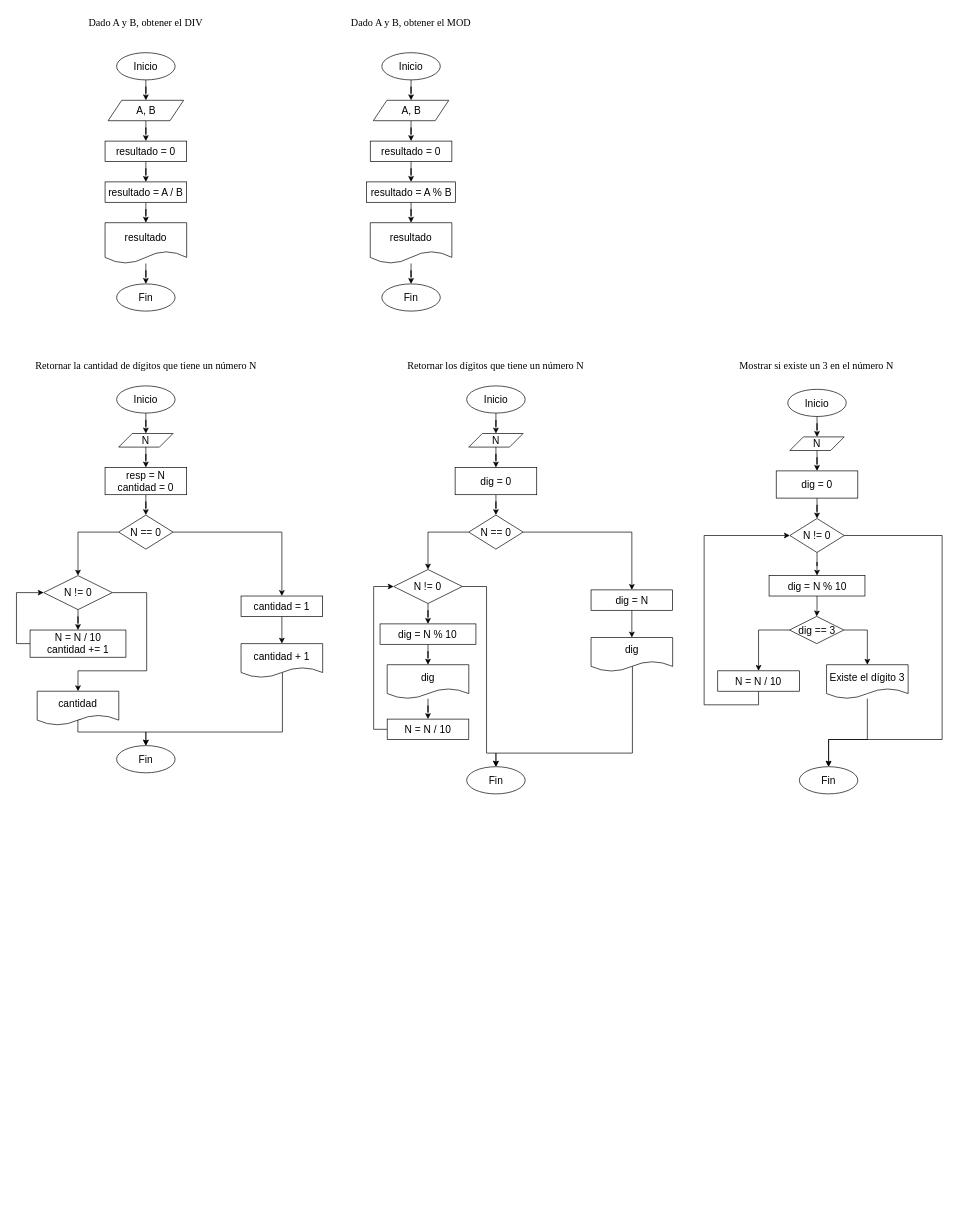
Before: DF CODE/DF-1.drawio in IgnacioCamIMT/P1G1, a draw.io diagram. Source tidied: cells renumbered, new cells numbered last; positions are measured from the earlier drawing's top-left corner, leaving out a move shared by most shapes. Both pictures are drawn from the tidied source at 68%, with x=0, y=0 at pixel (30, 12).
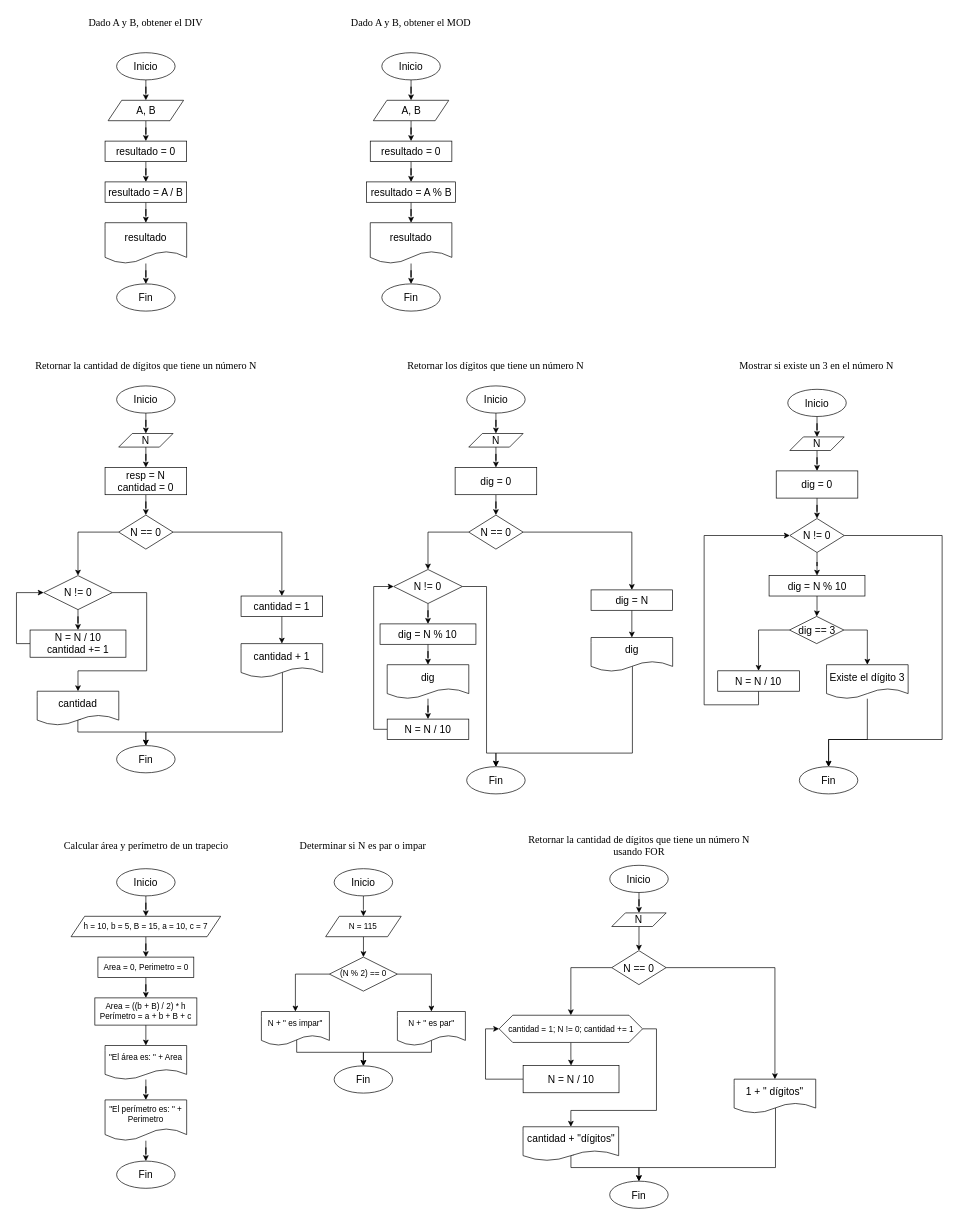
The same page after the edit.

The edit, as a diff of the source:
```diff
@@
+    <mxCell id="92" value="&lt;font face=&quot;Garamond&quot; style=&quot;font-size: 15px;&quot;&gt;Calcular área y perímetro de un trapecio&lt;/font&gt;" style="text;html=1;strokeColor=none;fillColor=none;align=center;verticalAlign=middle;whiteSpace=wrap;rounded=0;" parent="1" vertex="1">
+      <mxGeometry x="4.5" y="1210" width="331" height="30" as="geometry" />
+    </mxCell>
+    <mxCell id="93" style="edgeStyle=orthogonalEdgeStyle;rounded=0;jettySize=auto;html=1;entryX=0.5;entryY=0;entryDx=0;entryDy=0;" parent="1" edge="1" source="94" target="98">
+      <mxGeometry relative="1" as="geometry" />
+    </mxCell>
+    <mxCell id="94" value="&lt;font face=&quot;Helvetica&quot;&gt;Inicio&lt;/font&gt;" style="ellipse;whiteSpace=wrap;html=1;fontFamily=Garamond;fontSize=15;" parent="1" vertex="1">
+      <mxGeometry x="127" y="1260" width="86" height="40" as="geometry" />
+    </mxCell>
+    <mxCell id="95" style="edgeStyle=orthogonalEdgeStyle;rounded=0;jettySize=auto;html=1;entryX=0.5;entryY=0;entryDx=0;entryDy=0;" parent="1" edge="1" source="96" target="100">
+      <mxGeometry relative="1" as="geometry" />
+    </mxCell>
+    <mxCell id="96" value="Area = 0, Perimetro = 0" style="rounded=0;whiteSpace=wrap;html=1;" parent="1" vertex="1">
+      <mxGeometry x="99.5" y="1390" width="141" height="30" as="geometry" />
+    </mxCell>
+    <mxCell id="97" style="edgeStyle=orthogonalEdgeStyle;rounded=0;jettySize=auto;html=1;entryX=0.5;entryY=0;entryDx=0;entryDy=0;" parent="1" edge="1" source="98" target="96">
+      <mxGeometry relative="1" as="geometry" />
+    </mxCell>
+    <mxCell id="98" value="h = 10, b = 5, B = 15, a = 10, c = 7" style="shape=parallelogram;perimeter=parallelogramPerimeter;whiteSpace=wrap;html=1;fixedSize=1;" parent="1" vertex="1">
+      <mxGeometry x="60" y="1330" width="220" height="30" as="geometry" />
+    </mxCell>
+    <mxCell id="99" style="edgeStyle=orthogonalEdgeStyle;rounded=0;jettySize=auto;html=1;exitX=0.5;exitY=1;exitDx=0;exitDy=0;entryX=0.5;entryY=0;entryDx=0;entryDy=0;" parent="1" edge="1" source="100" target="102">
+      <mxGeometry relative="1" as="geometry" />
+    </mxCell>
+    <mxCell id="100" value="Area = ((b + B) / 2) * h&lt;br&gt;Perímetro = a + b + B + c" style="rounded=0;whiteSpace=wrap;html=1;" parent="1" vertex="1">
+      <mxGeometry x="95" y="1450" width="150" height="40" as="geometry" />
+    </mxCell>
+    <mxCell id="101" style="edgeStyle=orthogonalEdgeStyle;rounded=0;jettySize=auto;html=1;entryX=0.5;entryY=0;entryDx=0;entryDy=0;" parent="1" edge="1" source="102" target="104">
+      <mxGeometry relative="1" as="geometry" />
+    </mxCell>
+    <mxCell id="102" value="&quot;El área es: &quot; + Area" style="shape=document;whiteSpace=wrap;html=1;boundedLbl=1;" parent="1" vertex="1">
+      <mxGeometry x="110" y="1520" width="120" height="50" as="geometry" />
+    </mxCell>
+    <mxCell id="103" style="edgeStyle=orthogonalEdgeStyle;rounded=0;jettySize=auto;html=1;entryX=0.5;entryY=0;entryDx=0;entryDy=0;" parent="1" edge="1" source="104" target="105">
+      <mxGeometry relative="1" as="geometry" />
+    </mxCell>
+    <mxCell id="104" value="&quot;El perímetro es: &quot; + Perimetro" style="shape=document;whiteSpace=wrap;html=1;boundedLbl=1;" parent="1" vertex="1">
+      <mxGeometry x="110" y="1600" width="120" height="60" as="geometry" />
+    </mxCell>
+    <mxCell id="105" value="&lt;font face=&quot;Helvetica&quot;&gt;Fin&lt;/font&gt;" style="ellipse;whiteSpace=wrap;html=1;fontFamily=Garamond;fontSize=15;" parent="1" vertex="1">
+      <mxGeometry x="127" y="1690" width="86" height="40" as="geometry" />
+    </mxCell>
+    <mxCell id="106" value="&lt;font face=&quot;Garamond&quot; style=&quot;font-size: 15px;&quot;&gt;Determinar si N es par o impar&lt;/font&gt;" style="text;html=1;strokeColor=none;fillColor=none;align=center;verticalAlign=middle;whiteSpace=wrap;rounded=0;" parent="1" vertex="1">
+      <mxGeometry x="324.4" y="1210" width="331" height="30" as="geometry" />
+    </mxCell>
+    <mxCell id="107" style="edgeStyle=orthogonalEdgeStyle;rounded=0;jettySize=auto;html=1;entryX=0.5;entryY=0;entryDx=0;entryDy=0;" parent="1" edge="1" source="108" target="110">
+      <mxGeometry relative="1" as="geometry" />
+    </mxCell>
+    <mxCell id="108" value="&lt;font face=&quot;Helvetica&quot;&gt;Inicio&lt;/font&gt;" style="ellipse;whiteSpace=wrap;html=1;fontFamily=Garamond;fontSize=15;" parent="1" vertex="1">
+      <mxGeometry x="446.9" y="1260" width="86" height="40" as="geometry" />
+    </mxCell>
+    <mxCell id="109" style="edgeStyle=orthogonalEdgeStyle;rounded=0;jettySize=auto;html=1;entryX=0.5;entryY=0;entryDx=0;entryDy=0;" parent="1" edge="1" source="110" target="113">
+      <mxGeometry relative="1" as="geometry" />
+    </mxCell>
+    <mxCell id="110" value="N = 115" style="shape=parallelogram;perimeter=parallelogramPerimeter;whiteSpace=wrap;html=1;fixedSize=1;" parent="1" vertex="1">
+      <mxGeometry x="434.4" y="1330" width="111.1" height="30" as="geometry" />
+    </mxCell>
+    <mxCell id="111" style="edgeStyle=orthogonalEdgeStyle;rounded=0;jettySize=auto;html=1;entryX=0.5;entryY=0;entryDx=0;entryDy=0;exitX=0;exitY=0.5;exitDx=0;exitDy=0;" parent="1" edge="1" source="113" target="117">
+      <mxGeometry relative="1" as="geometry" />
+    </mxCell>
+    <mxCell id="112" style="edgeStyle=orthogonalEdgeStyle;rounded=0;jettySize=auto;html=1;exitX=1;exitY=0.5;exitDx=0;exitDy=0;entryX=0.5;entryY=0;entryDx=0;entryDy=0;" parent="1" edge="1" source="113" target="115">
+      <mxGeometry relative="1" as="geometry" />
+    </mxCell>
+    <mxCell id="113" value="(N % 2) == 0" style="rhombus;whiteSpace=wrap;html=1;" parent="1" vertex="1">
+      <mxGeometry x="439.9" y="1390" width="100" height="50" as="geometry" />
+    </mxCell>
+    <mxCell id="114" style="edgeStyle=orthogonalEdgeStyle;rounded=0;jettySize=auto;html=1;entryX=0.5;entryY=0;entryDx=0;entryDy=0;exitX=0.501;exitY=0.833;exitDx=0;exitDy=0;exitPerimeter=0;" parent="1" edge="1" source="115" target="118">
+      <mxGeometry relative="1" as="geometry">
+        <Array as="points">
+          <mxPoint x="590" y="1530" />
+          <mxPoint x="490" y="1530" />
+        </Array>
+      </mxGeometry>
+    </mxCell>
+    <mxCell id="115" value="N + &quot; es par&quot;" style="shape=document;whiteSpace=wrap;html=1;boundedLbl=1;" parent="1" vertex="1">
+      <mxGeometry x="539.9" y="1470" width="100" height="50" as="geometry" />
+    </mxCell>
+    <mxCell id="116" style="edgeStyle=orthogonalEdgeStyle;rounded=0;jettySize=auto;html=1;entryX=0.5;entryY=0;entryDx=0;entryDy=0;exitX=0.519;exitY=0.82;exitDx=0;exitDy=0;exitPerimeter=0;" parent="1" edge="1" source="117" target="118">
+      <mxGeometry relative="1" as="geometry">
+        <Array as="points">
+          <mxPoint x="392" y="1530" />
+          <mxPoint x="490" y="1530" />
+        </Array>
+      </mxGeometry>
+    </mxCell>
+    <mxCell id="117" value="N + &quot; es impar&quot;" style="shape=document;whiteSpace=wrap;html=1;boundedLbl=1;" parent="1" vertex="1">
+      <mxGeometry x="339.9" y="1470" width="100" height="50" as="geometry" />
+    </mxCell>
+    <mxCell id="118" value="&lt;font face=&quot;Helvetica&quot;&gt;Fin&lt;/font&gt;" style="ellipse;whiteSpace=wrap;html=1;fontFamily=Garamond;fontSize=15;" parent="1" vertex="1">
+      <mxGeometry x="446.9" y="1550" width="86" height="40" as="geometry" />
+    </mxCell>
+    <mxCell id="119" value="&lt;font face=&quot;Garamond&quot; style=&quot;font-size: 15px;&quot;&gt;Retornar la cantidad de dígitos que tiene un número N usando FOR&lt;/font&gt;" style="text;html=1;strokeColor=none;fillColor=none;align=center;verticalAlign=middle;whiteSpace=wrap;rounded=0;" parent="1" vertex="1">
+      <mxGeometry x="729.7" y="1210" width="331" height="30" as="geometry" />
+    </mxCell>
+    <mxCell id="120" style="edgeStyle=orthogonalEdgeStyle;rounded=0;jettySize=auto;html=1;entryX=0.5;entryY=0;entryDx=0;entryDy=0;fontFamily=Helvetica;fontSize=15;" parent="1" edge="1" source="121" target="124">
+      <mxGeometry relative="1" as="geometry" />
+    </mxCell>
+    <mxCell id="121" value="&lt;font face=&quot;Helvetica&quot;&gt;Inicio&lt;/font&gt;" style="ellipse;whiteSpace=wrap;html=1;fontFamily=Garamond;fontSize=15;" parent="1" vertex="1">
+      <mxGeometry x="852.2" y="1255" width="86" height="40" as="geometry" />
+    </mxCell>
+    <mxCell id="122" value="&lt;font face=&quot;Helvetica&quot;&gt;Fin&lt;/font&gt;" style="ellipse;whiteSpace=wrap;html=1;fontFamily=Garamond;fontSize=15;" parent="1" vertex="1">
+      <mxGeometry x="852.1" y="1719.5" width="86" height="40" as="geometry" />
+    </mxCell>
+    <mxCell id="123" style="edgeStyle=orthogonalEdgeStyle;rounded=0;jettySize=auto;html=1;entryX=0.5;entryY=0;entryDx=0;entryDy=0;fontFamily=Helvetica;fontSize=15;" parent="1" edge="1" source="124" target="131">
+      <mxGeometry relative="1" as="geometry" />
+    </mxCell>
+    <mxCell id="124" value="N" style="shape=parallelogram;perimeter=parallelogramPerimeter;whiteSpace=wrap;html=1;fixedSize=1;fontFamily=Helvetica;fontSize=15;" parent="1" vertex="1">
+      <mxGeometry x="855.2" y="1325" width="80" height="20" as="geometry" />
+    </mxCell>
+    <mxCell id="125" style="edgeStyle=orthogonalEdgeStyle;rounded=0;jettySize=auto;html=1;exitX=0;exitY=0.5;exitDx=0;exitDy=0;entryX=0;entryY=0.5;entryDx=0;entryDy=0;" parent="1" edge="1" source="126" target="136">
+      <mxGeometry relative="1" as="geometry" />
+    </mxCell>
+    <mxCell id="126" value="N = N / 10" style="rounded=0;whiteSpace=wrap;html=1;fontFamily=Helvetica;fontSize=15;" parent="1" vertex="1">
+      <mxGeometry x="724.8" y="1549.5" width="141" height="40" as="geometry" />
+    </mxCell>
+    <mxCell id="127" style="edgeStyle=orthogonalEdgeStyle;rounded=0;jettySize=auto;html=1;entryX=0.5;entryY=0;entryDx=0;entryDy=0;fontFamily=Helvetica;fontSize=15;exitX=0.533;exitY=0.825;exitDx=0;exitDy=0;exitPerimeter=0;" parent="1" edge="1" source="128" target="122">
+      <mxGeometry relative="1" as="geometry">
+        <Array as="points">
+          <mxPoint x="795.1" y="1699.5" />
+          <mxPoint x="895.1" y="1699.5" />
+        </Array>
+      </mxGeometry>
+    </mxCell>
+    <mxCell id="128" value="cantidad + &quot;dígitos&quot;" style="shape=document;whiteSpace=wrap;html=1;boundedLbl=1;fontFamily=Helvetica;fontSize=15;" parent="1" vertex="1">
+      <mxGeometry x="724.7" y="1639.5" width="140.6" height="50" as="geometry" />
+    </mxCell>
+    <mxCell id="129" style="edgeStyle=orthogonalEdgeStyle;rounded=0;jettySize=auto;html=1;entryX=0.5;entryY=0;entryDx=0;entryDy=0;fontFamily=Helvetica;fontSize=15;" parent="1" edge="1" source="131" target="133">
+      <mxGeometry relative="1" as="geometry" />
+    </mxCell>
+    <mxCell id="130" style="edgeStyle=orthogonalEdgeStyle;rounded=0;jettySize=auto;html=1;entryX=0.5;entryY=0;entryDx=0;entryDy=0;fontFamily=Helvetica;fontSize=15;exitX=0;exitY=0.5;exitDx=0;exitDy=0;" parent="1" edge="1" source="131" target="136">
+      <mxGeometry relative="1" as="geometry" />
+    </mxCell>
+    <mxCell id="131" value="N == 0" style="rhombus;whiteSpace=wrap;html=1;fontFamily=Helvetica;fontSize=15;" parent="1" vertex="1">
+      <mxGeometry x="855.1" y="1380.5" width="80" height="50" as="geometry" />
+    </mxCell>
+    <mxCell id="132" style="edgeStyle=orthogonalEdgeStyle;rounded=0;jettySize=auto;html=1;entryX=0.5;entryY=0;entryDx=0;entryDy=0;fontFamily=Helvetica;fontSize=15;exitX=0.507;exitY=0.846;exitDx=0;exitDy=0;exitPerimeter=0;" parent="1" edge="1" source="133" target="122">
+      <mxGeometry relative="1" as="geometry">
+        <Array as="points">
+          <mxPoint x="1096.1" y="1699.5" />
+          <mxPoint x="895.1" y="1699.5" />
+        </Array>
+      </mxGeometry>
+    </mxCell>
+    <mxCell id="133" value="1 + &quot; dígitos&quot;" style="shape=document;whiteSpace=wrap;html=1;boundedLbl=1;fontFamily=Helvetica;fontSize=15;" parent="1" vertex="1">
+      <mxGeometry x="1035.1" y="1569.5" width="120" height="50" as="geometry" />
+    </mxCell>
+    <mxCell id="134" style="edgeStyle=orthogonalEdgeStyle;rounded=0;jettySize=auto;html=1;entryX=0.5;entryY=0;entryDx=0;entryDy=0;" parent="1" edge="1" source="136" target="126">
+      <mxGeometry relative="1" as="geometry" />
+    </mxCell>
+    <mxCell id="135" style="edgeStyle=orthogonalEdgeStyle;rounded=0;jettySize=auto;html=1;exitX=1;exitY=0.5;exitDx=0;exitDy=0;entryX=0.5;entryY=0;entryDx=0;entryDy=0;" parent="1" edge="1" source="136" target="128">
+      <mxGeometry relative="1" as="geometry">
+        <Array as="points">
+          <mxPoint x="920.9" y="1495.5" />
+          <mxPoint x="920.9" y="1615.5" />
+          <mxPoint x="794.9" y="1615.5" />
+        </Array>
+      </mxGeometry>
+    </mxCell>
+    <mxCell id="136" value="cantidad = 1; N != 0; cantidad += 1" style="shape=hexagon;perimeter=hexagonPerimeter2;whiteSpace=wrap;html=1;fixedSize=1;" parent="1" vertex="1">
+      <mxGeometry x="689.5" y="1475.5" width="211" height="40" as="geometry" />
+    </mxCell>
```
